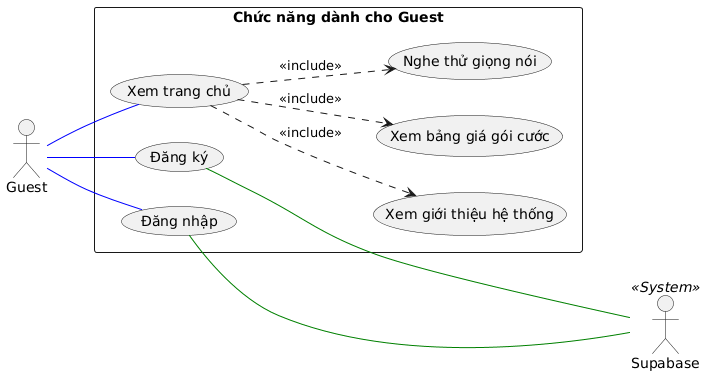
Above: temp/01-UseCase/UML-UseCase-Guest.png in 20206205Tech/docs-uml (PlantUML), before the change.
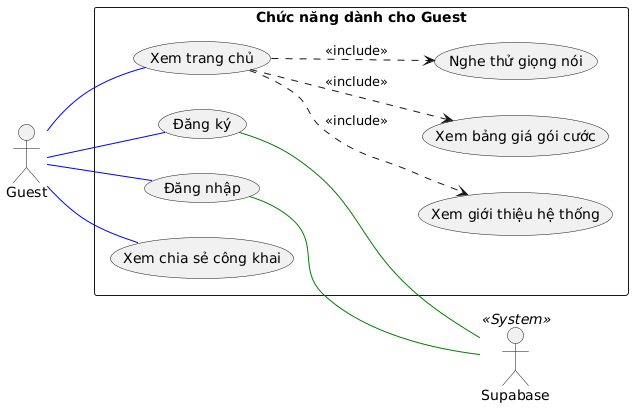
The same diagram one commit later.

Diff of the diagram source:
```diff
@@ -13,6 +13,7 @@
   usecase "Nghe thử giọng nói" as UC_SampleVoice
   usecase "Đăng ký" as UC_Register
   usecase "Đăng nhập" as UC_Login
+  usecase "Xem chia sẻ công khai" as UC_PublicShare
 
   UC_Home ..> UC_Intro : <<include>>
   UC_Home ..> UC_Pricing : <<include>>
@@ -22,7 +23,8 @@
 Guest -- UC_Home #blue
 Guest -- UC_Register #blue
 Guest -- UC_Login #blue
+Guest -- UC_PublicShare #blue
 
-UC_Register --- Supabase #green
-UC_Login --- Supabase #green
+UC_Register -- Supabase #green
+UC_Login -- Supabase #green
 @enduml
```
